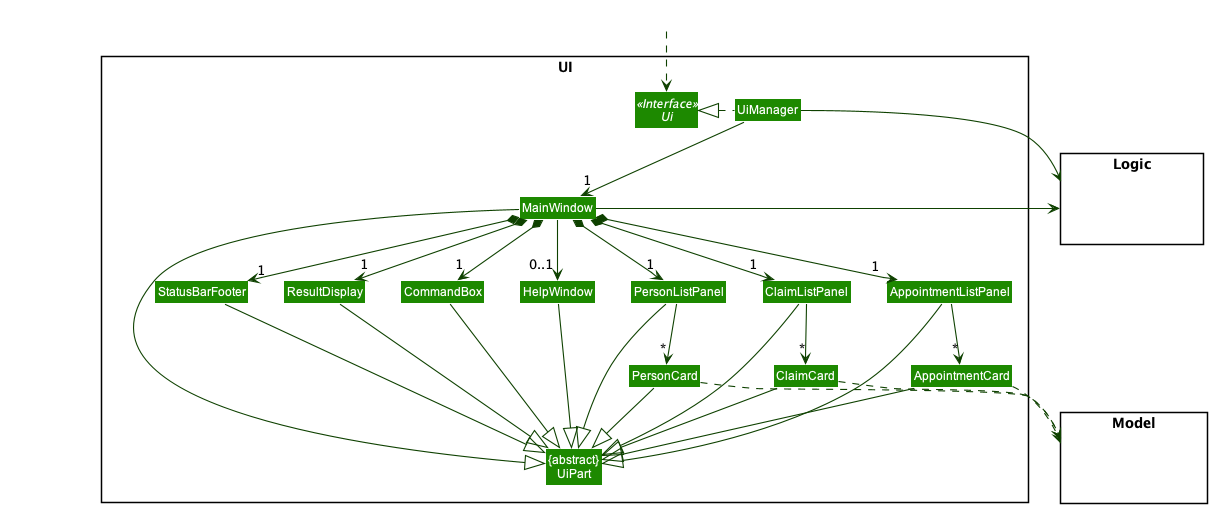
Before: docs/images/UiClassDiagram.png, a diagram exported from PlantUML (nus-cs2103-AY2122S1/tp).
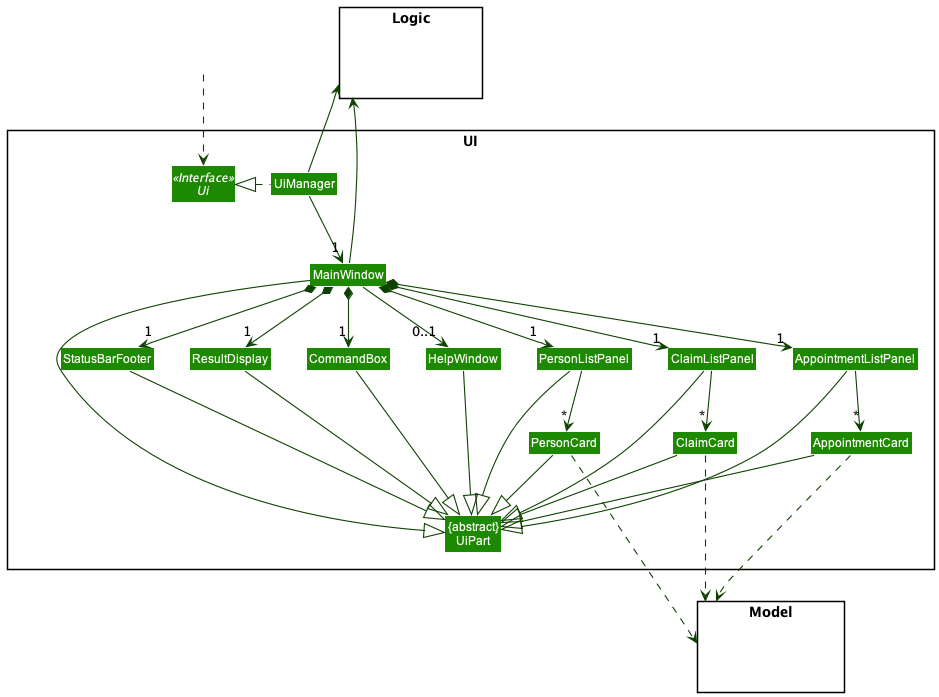
Later version of the same file.

Change to the diagram source:
```diff
@@ -59,11 +59,11 @@
 ClaimListPanel --|> UiPart
 ClaimCard --|> UiPart
 
-PersonCard ..> Model
+PersonCard ...> Model
 AppointmentCard ..> Model
 ClaimCard ..> Model
 
-UiManager -right-> Logic
+UiManager -up-> Logic
 MainWindow -left-> Logic
 
 PersonListPanel -[hidden]left- HelpWindow
```
